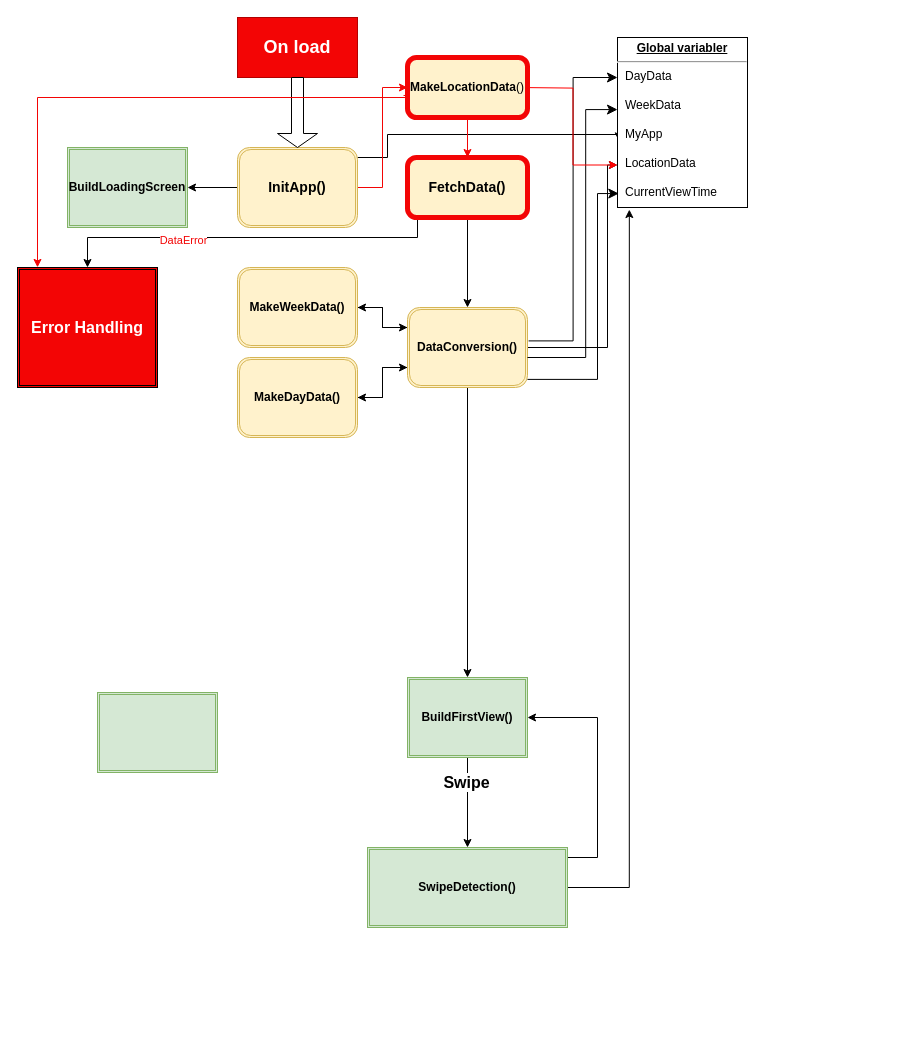
Earlier version of the draw.io diagram Untitled Diagram.drawio (Marlenes-Dejlige-Organisation/PWA_elpriser). Source tidied: cells renumbered, new cells numbered last; positions are measured from the earlier drawing's top-left corner, leaving out a move shared by most shapes. Both pictures are drawn from the tidied source at 100%, with x=0, y=0 at pixel (17, 17).
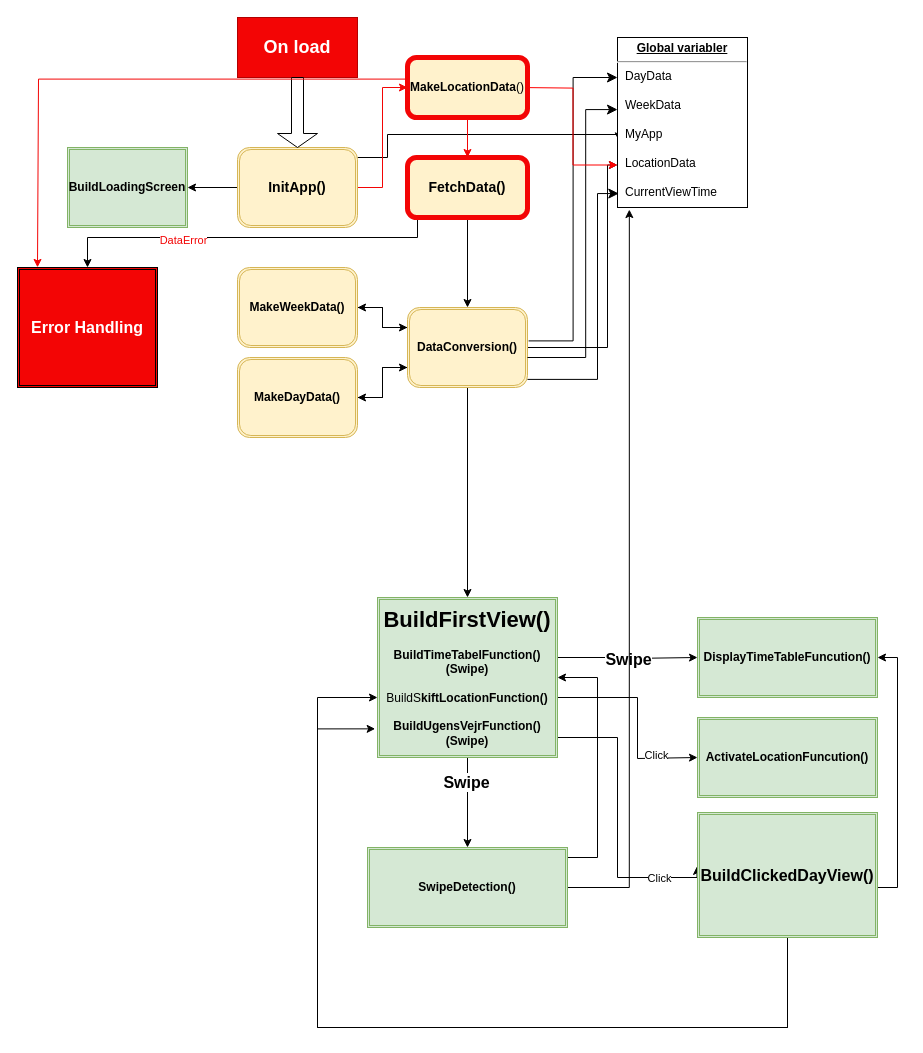
Above is the later version.

Unchanged cells that the change refers to:
```xml
<mxCell id="35" value="&lt;b&gt;SwipeDetection()&lt;/b&gt;" style="shape=ext;double=1;rounded=0;whiteSpace=wrap;html=1;fillColor=#d5e8d4;strokeColor=#82b366;" parent="1" vertex="1">
  <mxGeometry x="350" y="830" width="200" height="80" as="geometry" />
</mxCell>
<mxCell id="39" value="&lt;b&gt;MakeLocationData&lt;/b&gt;()" style="rounded=1;whiteSpace=wrap;html=1;fillColor=#fff2cc;strokeColor=#F30505;strokeWidth=5;" parent="1" vertex="1">
  <mxGeometry x="390" y="40" width="120" height="60" as="geometry" />
</mxCell>
```

Diff of the diagram source:
```diff
@@
+    <mxCell id="40" style="edgeStyle=orthogonalEdgeStyle;rounded=0;jettySize=auto;html=1;" parent="1" edge="1" source="22">
+      <mxGeometry relative="1" as="geometry">
+        <mxPoint x="680" y="640" as="targetPoint" />
+        <Array as="points">
+          <mxPoint x="610" y="640" />
+          <mxPoint x="660" y="641" />
+        </Array>
+      </mxGeometry>
+    </mxCell>
+    <mxCell id="41" value="&lt;b&gt;&lt;font style=&quot;font-size: 16px;&quot;&gt;Swipe&lt;/font&gt;&lt;/b&gt;" style="edgeLabel;html=1;align=center;verticalAlign=middle;" parent="40" vertex="1">
+      <mxGeometry x="0.01" y="-1" relative="1" as="geometry" />
+    </mxCell>
+    <mxCell id="42" style="edgeStyle=orthogonalEdgeStyle;rounded=0;jettySize=auto;html=1;" parent="1" edge="1" source="22">
+      <mxGeometry relative="1" as="geometry">
+        <mxPoint x="680" y="740" as="targetPoint" />
+        <Array as="points">
+          <mxPoint x="620" y="680" />
+          <mxPoint x="620" y="741" />
+          <mxPoint x="680" y="741" />
+        </Array>
+      </mxGeometry>
+    </mxCell>
+    <mxCell id="43" value="Click" style="edgeLabel;html=1;align=center;verticalAlign=middle;" parent="42" vertex="1">
+      <mxGeometry x="0.59" y="3" relative="1" as="geometry" />
+    </mxCell>
+    <mxCell id="44" style="edgeStyle=orthogonalEdgeStyle;rounded=0;jettySize=auto;html=1;entryX=-0.003;entryY=0.431;entryDx=0;entryDy=0;entryPerimeter=0;" parent="1" edge="1" source="22" target="51">
+      <mxGeometry relative="1" as="geometry">
+        <Array as="points">
+          <mxPoint x="600" y="720" />
+          <mxPoint x="600" y="860" />
+        </Array>
+      </mxGeometry>
+    </mxCell>
+    <mxCell id="45" value="&lt;div&gt;Click&lt;/div&gt;" style="edgeLabel;html=1;align=center;verticalAlign=middle;" parent="44" vertex="1">
+      <mxGeometry x="0.66" relative="1" as="geometry" />
+    </mxCell>
-    <mxCell id="22" value="&lt;b&gt;BuildFirstView()&lt;/b&gt;" style="shape=ext;double=1;rounded=0;whiteSpace=wrap;html=1;fillColor=#d5e8d4;strokeColor=#82b366;" parent="1" vertex="1">
-      <mxGeometry x="390" y="660" width="120" height="80" as="geometry" />
+    <mxCell id="22" value="&lt;b&gt;&lt;font style=&quot;font-size: 22px;&quot;&gt;BuildFirstView()&lt;/font&gt;&lt;/b&gt;&lt;br&gt;&lt;br&gt;&lt;b&gt;BuildTimeTabelFunction()&lt;br&gt;&lt;/b&gt;&lt;div&gt;&lt;b&gt;(Swipe)&lt;/b&gt;&lt;/div&gt;&lt;br&gt;&lt;div&gt;BuildS&lt;b&gt;kiftLocationFunction()&lt;/b&gt;&lt;/div&gt;&lt;div&gt;&lt;b&gt;&lt;br&gt;&lt;/b&gt;&lt;/div&gt;&lt;div&gt;&lt;b&gt;BuildUgensVejrFunction()&lt;br&gt;(Swipe)&lt;br&gt;&lt;/b&gt;&lt;/div&gt;" style="shape=ext;double=1;rounded=0;whiteSpace=wrap;html=1;fillColor=#d5e8d4;strokeColor=#82b366;" parent="1" vertex="1">
+      <mxGeometry x="360" y="580" width="180" height="160" as="geometry" />
     </mxCell>
-    <mxCell id="23" style="shape=ext;double=1;rounded=0;whiteSpace=wrap;html=1;fillColor=#d5e8d4;strokeColor=#82b366;" parent="1" vertex="1">
-      <mxGeometry x="80" y="675" width="120" height="80" as="geometry" />
-    </mxCell>
@@
     <mxCell id="34" style="edgeStyle=orthogonalEdgeStyle;rounded=0;jettySize=auto;html=1;entryX=1;entryY=0.5;entryDx=0;entryDy=0;" parent="1" edge="1" source="35" target="22">
       <mxGeometry relative="1" as="geometry">
         <Array as="points">
           <mxPoint x="580" y="840" />
-          <mxPoint x="580" y="700" />
+          <mxPoint x="580" y="660" />
         </Array>
       </mxGeometry>
     </mxCell>
@@
-    <mxCell id="38" style="edgeStyle=orthogonalEdgeStyle;rounded=0;jettySize=auto;html=1;entryX=0.017;entryY=0.07;entryDx=0;entryDy=0;entryPerimeter=0;strokeColor=#F30505;exitX=-0.033;exitY=0.633;exitDx=0;exitDy=0;exitPerimeter=0;" parent="1" edge="1" source="39">
+    <mxCell id="38" style="edgeStyle=orthogonalEdgeStyle;rounded=0;orthogonalLoop=1;jettySize=auto;html=1;entryX=0.017;entryY=0.07;entryDx=0;entryDy=0;entryPerimeter=0;strokeColor=#F30505;" parent="1" edge="1">
       <mxGeometry relative="1" as="geometry">
+        <mxPoint x="407.6" y="61.6" as="sourcePoint" />
         <mxPoint x="20" y="249.9" as="targetPoint" />
         <Array as="points">
-          <mxPoint x="390" y="78" />
-          <mxPoint x="390" y="80" />
-          <mxPoint x="20" y="80" />
+          <mxPoint x="21" y="61.9" />
+          <mxPoint x="21" y="249.9" />
         </Array>
       </mxGeometry>
     </mxCell>
@@
+    <mxCell id="46" value="&lt;b&gt;DisplayTimeTableFuncution()&lt;/b&gt;" style="shape=ext;double=1;rounded=0;whiteSpace=wrap;html=1;fillColor=#d5e8d4;strokeColor=#82b366;" parent="1" vertex="1">
+      <mxGeometry x="680" y="600" width="180" height="80" as="geometry" />
+    </mxCell>
+    <mxCell id="47" value="&lt;b&gt;ActivateLocationFuncution()&lt;/b&gt;" style="shape=ext;double=1;rounded=0;whiteSpace=wrap;html=1;fillColor=#d5e8d4;strokeColor=#82b366;" parent="1" vertex="1">
+      <mxGeometry x="680" y="700" width="180" height="80" as="geometry" />
+    </mxCell>
+    <mxCell id="48" style="edgeStyle=orthogonalEdgeStyle;rounded=0;jettySize=auto;html=1;entryX=1;entryY=0.5;entryDx=0;entryDy=0;" parent="1" edge="1" source="51" target="46">
+      <mxGeometry relative="1" as="geometry">
+        <Array as="points">
+          <mxPoint x="880" y="870" />
+          <mxPoint x="880" y="640" />
+        </Array>
+      </mxGeometry>
+    </mxCell>
+    <mxCell id="49" style="edgeStyle=orthogonalEdgeStyle;rounded=0;jettySize=auto;html=1;entryX=-0.013;entryY=0.821;entryDx=0;entryDy=0;entryPerimeter=0;" parent="1" edge="1" source="51" target="22">
+      <mxGeometry relative="1" as="geometry">
+        <Array as="points">
+          <mxPoint x="770" y="1010" />
+          <mxPoint x="300" y="1010" />
+          <mxPoint x="300" y="711" />
+        </Array>
+      </mxGeometry>
+    </mxCell>
+    <mxCell id="50" style="edgeStyle=orthogonalEdgeStyle;rounded=0;jettySize=auto;html=1;entryX=0;entryY=0.625;entryDx=0;entryDy=0;entryPerimeter=0;" parent="1" edge="1" source="51" target="22">
+      <mxGeometry relative="1" as="geometry">
+        <Array as="points">
+          <mxPoint x="770" y="1010" />
+          <mxPoint x="300" y="1010" />
+          <mxPoint x="300" y="680" />
+        </Array>
+      </mxGeometry>
+    </mxCell>
+    <mxCell id="51" value="&lt;font style=&quot;font-size: 16px;&quot;&gt;&lt;b&gt;BuildClickedDayView()&lt;/b&gt;&lt;/font&gt;" style="shape=ext;double=1;rounded=0;whiteSpace=wrap;html=1;fillColor=#d5e8d4;strokeColor=#82b366;" parent="1" vertex="1">
+      <mxGeometry x="680" y="795" width="180" height="125" as="geometry" />
+    </mxCell>
```
